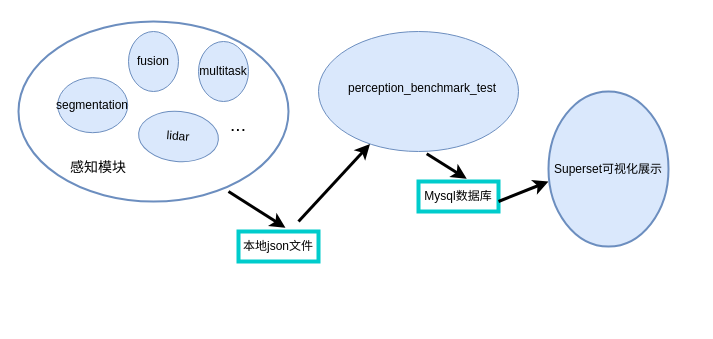
Above: 可视化.drawio in chwxiongppp/CS-notes (draw.io), before the change. Source tidied: cells renumbered, new cells numbered last; positions are measured from the earlier drawing's top-left corner, leaving out a move shared by most shapes. Both pictures are drawn from the tidied source at 100%, with x=0, y=0 at pixel (18, 21).
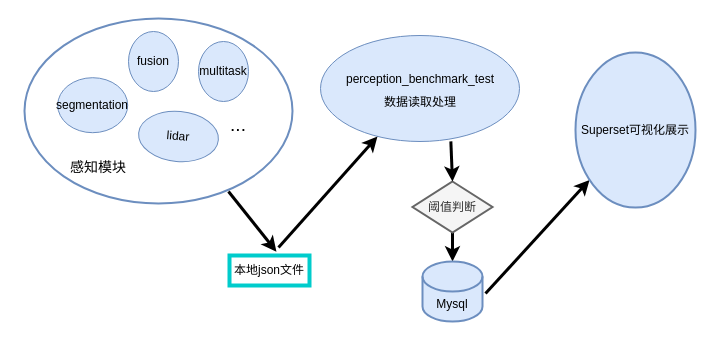
The same diagram, later.

What changed in the source:
```diff
@@
     <mxCell id="2" style="ellipse;whiteSpace=wrap;html=1;fillColor=#dae8fc;strokeColor=#6c8ebf;" parent="1" vertex="1">
-      <mxGeometry x="300" y="10" width="200" height="120" as="geometry" />
+      <mxGeometry x="302" y="14" width="199" height="106" as="geometry" />
     </mxCell>
     <mxCell id="3" value="本地json文件" style="rounded=0;whiteSpace=wrap;html=1;strokeColor=#00CCCC;strokeWidth=4;" parent="1" vertex="1">
-      <mxGeometry x="220" y="210" width="80" height="30" as="geometry" />
+      <mxGeometry x="211" y="234" width="80" height="30" as="geometry" />
     </mxCell>
-    <mxCell id="4" value="Mysql数据库" style="rounded=0;whiteSpace=wrap;html=1;strokeColor=#00CCCC;strokeWidth=4;" parent="1" vertex="1">
-      <mxGeometry x="400" y="160" width="80" height="30" as="geometry" />
-    </mxCell>
@@
     <mxCell id="9" style="ellipse;whiteSpace=wrap;html=1;fillColor=none;strokeColor=#6c8ebf;strokeWidth=2;" parent="1" vertex="1">
-      <mxGeometry width="270" height="180" as="geometry" />
+      <mxGeometry x="6" y="-3" width="268" height="185" as="geometry" />
     </mxCell>
@@
-    <mxCell id="13" value="&lt;font style=&quot;font-size: 12px;&quot;&gt;perception_benchmark_test&lt;/font&gt;" style="text;html=1;strokeColor=none;fillColor=none;align=center;verticalAlign=middle;whiteSpace=wrap;rounded=0;fontSize=19;" parent="1" vertex="1">
-      <mxGeometry x="324" y="50" width="160" height="30" as="geometry" />
+    <mxCell id="13" value="&lt;font style=&quot;font-size: 12px;&quot;&gt;perception_benchmark_test&lt;br&gt;数据读取处理&lt;br&gt;&lt;/font&gt;" style="text;html=1;strokeColor=none;fillColor=none;align=center;verticalAlign=middle;whiteSpace=wrap;rounded=0;fontSize=19;" parent="1" vertex="1">
+      <mxGeometry x="321.5" y="52" width="160" height="30" as="geometry" />
     </mxCell>
     <mxCell id="14" style="endArrow=classic;html=1;rounded=0;strokeWidth=3;fontSize=14;" parent="1" edge="1" target="2">
       <mxGeometry relative="1" as="geometry">
-        <mxPoint x="280" y="200" as="sourcePoint" />
+        <mxPoint x="260" y="226" as="sourcePoint" />
       </mxGeometry>
     </mxCell>
-    <mxCell id="15" style="endArrow=classic;html=1;rounded=0;strokeWidth=3;fontSize=14;entryX=0.603;entryY=-0.091;entryDx=0;entryDy=0;entryPerimeter=0;exitX=0.541;exitY=1.018;exitDx=0;exitDy=0;exitPerimeter=0;" parent="1" edge="1" source="2" target="4">
-      <mxGeometry relative="1" as="geometry" />
-    </mxCell>
-    <mxCell id="16" style="endArrow=classic;html=1;rounded=0;strokeWidth=3;fontSize=12;" parent="1" edge="1">
+    <mxCell id="16" style="endArrow=classic;html=1;rounded=0;strokeWidth=3;fontSize=12;" parent="1" edge="1" target="17">
       <mxGeometry relative="1" as="geometry">
-        <mxPoint x="480" y="180" as="sourcePoint" />
-        <mxPoint x="530" y="160" as="targetPoint" />
+        <mxPoint x="467" y="272" as="sourcePoint" />
       </mxGeometry>
     </mxCell>
     <mxCell id="17" value="Superset可视化展示" style="ellipse;whiteSpace=wrap;html=1;strokeColor=#6c8ebf;strokeWidth=2;fontSize=12;fillColor=#dae8fc;" parent="1" vertex="1">
-      <mxGeometry x="530" y="70" width="120" height="155" as="geometry" />
+      <mxGeometry x="557" y="31" width="120" height="155" as="geometry" />
     </mxCell>
+    <mxCell id="18" style="edgeStyle=orthogonalEdgeStyle;rounded=0;jettySize=auto;html=1;strokeWidth=3;fontSize=12;" parent="1" edge="1" source="19" target="21">
+      <mxGeometry relative="1" as="geometry" />
+    </mxCell>
+    <mxCell id="19" value="阈值判断" style="rhombus;whiteSpace=wrap;html=1;strokeColor=#666666;strokeWidth=2;fontSize=12;fillColor=#f5f5f5;fontColor=#333333;" parent="1" vertex="1">
+      <mxGeometry x="394" y="160" width="80" height="51" as="geometry" />
+    </mxCell>
+    <mxCell id="20" style="endArrow=classic;html=1;rounded=0;strokeWidth=3;fontSize=14;entryX=0.5;entryY=0;entryDx=0;entryDy=0;exitX=0.655;exitY=0.999;exitDx=0;exitDy=0;exitPerimeter=0;" parent="1" edge="1" source="2" target="19">
+      <mxGeometry relative="1" as="geometry" />
+    </mxCell>
+    <mxCell id="21" value="Mysql" style="shape=cylinder3;whiteSpace=wrap;html=1;boundedLbl=1;backgroundOutline=1;size=15;strokeColor=#6c8ebf;strokeWidth=2;fontSize=12;fillColor=#dae8fc;" parent="1" vertex="1">
+      <mxGeometry x="404" y="240" width="60" height="60" as="geometry" />
+    </mxCell>
```
